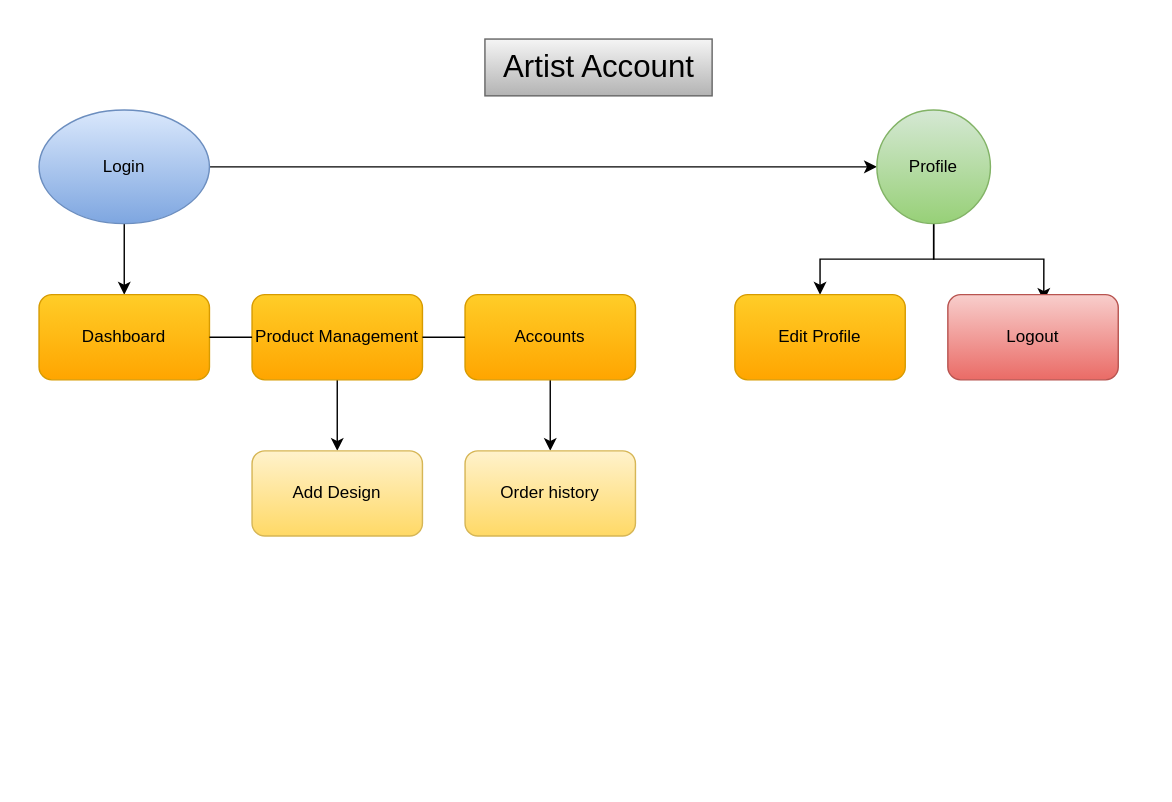
Before: artist Diagram.drawio in rhtonmoy1/V-Generation-Document, a draw.io diagram. Source tidied: cells renumbered, new cells numbered last; positions are measured from the earlier drawing's top-left corner, leaving out a move shared by most shapes. Both pictures are drawn from the tidied source at 142%, with x=0, y=0 at pixel (38, 38).
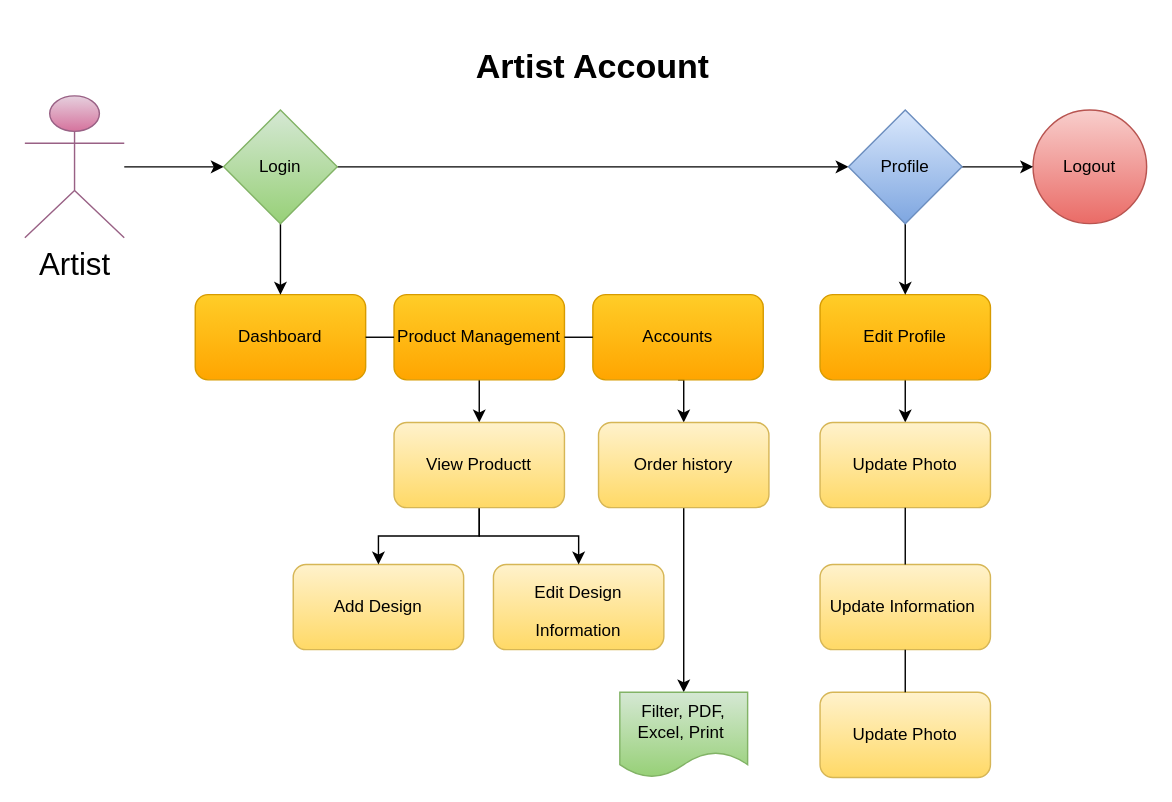
The same diagram, later.

Change to the diagram source:
```diff
@@
-    <mxCell id="2" style="edgeStyle=orthogonalEdgeStyle;rounded=0;jettySize=auto;html=1;exitX=0.5;exitY=1;exitDx=0;exitDy=0;" parent="1" edge="1" source="4" target="5">
-      <mxGeometry relative="1" as="geometry" />
-    </mxCell>
-    <mxCell id="3" style="edgeStyle=orthogonalEdgeStyle;rounded=0;jettySize=auto;html=1;exitX=1;exitY=0.5;exitDx=0;exitDy=0;" parent="1" edge="1" source="4" target="14">
-      <mxGeometry relative="1" as="geometry" />
-    </mxCell>
-    <mxCell id="4" value="Login" style="ellipse;whiteSpace=wrap;html=1;fillColor=#dae8fc;strokeColor=#6c8ebf;gradientColor=#7ea6e0;" parent="1" vertex="1">
-      <mxGeometry y="50" width="120" height="80" as="geometry" />
-    </mxCell>
     <mxCell id="5" value="Dashboard" style="rounded=1;whiteSpace=wrap;html=1;fillColor=#ffcd28;gradientColor=#ffa500;strokeColor=#d79b00;" parent="1" vertex="1">
-      <mxGeometry y="180" width="120" height="60" as="geometry" />
+      <mxGeometry x="110" y="180" width="120" height="60" as="geometry" />
     </mxCell>
-    <mxCell id="6" style="edgeStyle=orthogonalEdgeStyle;rounded=0;jettySize=auto;html=1;exitX=0.5;exitY=1;exitDx=0;exitDy=0;entryX=0.5;entryY=0;entryDx=0;entryDy=0;" parent="1" edge="1" source="7" target="10">
-      <mxGeometry relative="1" as="geometry" />
-    </mxCell>
+    <mxCell id="20" style="edgeStyle=orthogonalEdgeStyle;rounded=0;jettySize=auto;html=1;exitX=0.5;exitY=1;exitDx=0;exitDy=0;fontSize=12;" parent="1" edge="1" source="7" target="34">
+      <mxGeometry relative="1" as="geometry" />
+    </mxCell>
     <mxCell id="7" value="Product Management" style="rounded=1;whiteSpace=wrap;html=1;fillColor=#ffcd28;gradientColor=#ffa500;strokeColor=#d79b00;" parent="1" vertex="1">
-      <mxGeometry x="150" y="180" width="120" height="60" as="geometry" />
+      <mxGeometry x="250" y="180" width="120" height="60" as="geometry" />
     </mxCell>
@@
     <mxCell id="9" value="Accounts" style="rounded=1;whiteSpace=wrap;html=1;fillColor=#ffcd28;gradientColor=#ffa500;strokeColor=#d79b00;" parent="1" vertex="1">
-      <mxGeometry x="300" y="180" width="120" height="60" as="geometry" />
+      <mxGeometry x="390" y="180" width="120" height="60" as="geometry" />
     </mxCell>
     <mxCell id="10" value="Add Design" style="rounded=1;whiteSpace=wrap;html=1;fillColor=#fff2cc;gradientColor=#ffd966;strokeColor=#d6b656;" parent="1" vertex="1">
-      <mxGeometry x="150" y="290" width="120" height="60" as="geometry" />
+      <mxGeometry x="179" y="370" width="120" height="60" as="geometry" />
     </mxCell>
+    <mxCell id="21" style="edgeStyle=orthogonalEdgeStyle;rounded=0;jettySize=auto;html=1;fontSize=12;" parent="1" edge="1" source="11" target="26">
+      <mxGeometry relative="1" as="geometry" />
+    </mxCell>
     <mxCell id="11" value="Order history" style="rounded=1;whiteSpace=wrap;html=1;fillColor=#fff2cc;gradientColor=#ffd966;strokeColor=#d6b656;" parent="1" vertex="1">
-      <mxGeometry x="300" y="290" width="120" height="60" as="geometry" />
+      <mxGeometry x="394" y="270" width="120" height="60" as="geometry" />
     </mxCell>
+    <mxCell id="22" style="edgeStyle=orthogonalEdgeStyle;rounded=0;jettySize=auto;html=1;exitX=0.5;exitY=1;exitDx=0;exitDy=0;fontSize=12;" parent="1" edge="1" source="15" target="28">
+      <mxGeometry relative="1" as="geometry" />
+    </mxCell>
+    <mxCell id="15" value="Edit Profile" style="rounded=1;whiteSpace=wrap;html=1;fillColor=#ffcd28;gradientColor=#ffa500;strokeColor=#d79b00;" parent="1" vertex="1">
+      <mxGeometry x="550" y="180" width="120" height="60" as="geometry" />
+    </mxCell>
+    <mxCell id="17" style="endArrow=none;html=1;rounded=0;entryX=0;entryY=0.5;entryDx=0;entryDy=0;exitX=1;exitY=0.5;exitDx=0;exitDy=0;" parent="1" edge="1" source="5" target="7">
+      <mxGeometry relative="1" as="geometry" />
+    </mxCell>
+    <mxCell id="18" style="endArrow=none;html=1;rounded=0;entryX=0;entryY=0.5;entryDx=0;entryDy=0;exitX=1;exitY=0.5;exitDx=0;exitDy=0;" parent="1" edge="1" source="7" target="9">
+      <mxGeometry relative="1" as="geometry" />
+    </mxCell>
+    <mxCell id="23" style="edgeStyle=orthogonalEdgeStyle;rounded=0;jettySize=auto;html=1;entryX=0;entryY=0.5;entryDx=0;entryDy=0;fontSize=12;" parent="1" edge="1" source="24" target="4">
+      <mxGeometry relative="1" as="geometry" />
+    </mxCell>
+    <mxCell id="24" value="Artist" style="shape=umlActor;verticalLabelPosition=bottom;verticalAlign=top;html=1;outlineConnect=0;fontSize=22;fillColor=#e6d0de;gradientColor=#d5739d;strokeColor=#996185;" parent="1" vertex="1">
+      <mxGeometry x="-10" y="40" width="70" height="100" as="geometry" />
+    </mxCell>
+    <mxCell id="25" value="&lt;font style=&quot;font-size: 12px;&quot;&gt;Edit Design Information&lt;/font&gt;" style="rounded=1;whiteSpace=wrap;html=1;fontSize=22;fillColor=#fff2cc;gradientColor=#ffd966;strokeColor=#d6b656;" parent="1" vertex="1">
+      <mxGeometry x="320" y="370" width="120" height="60" as="geometry" />
+    </mxCell>
+    <mxCell id="19" value="&lt;h1&gt;Artist Account&lt;/h1&gt;&lt;p&gt;&lt;br&gt;&lt;/p&gt;" style="text;html=1;strokeColor=none;fillColor=none;spacing=5;spacingTop=-20;whiteSpace=wrap;overflow=hidden;rounded=0;fontSize=12;" parent="1" vertex="1">
+      <mxGeometry x="303" width="181" height="50" as="geometry" />
+    </mxCell>
+    <mxCell id="26" value="Filter, PDF, Excel, Print&amp;nbsp;" style="shape=document;whiteSpace=wrap;html=1;boundedLbl=1;fillColor=#d5e8d4;strokeColor=#82b366;rounded=1;gradientColor=#97d077;" parent="1" vertex="1">
+      <mxGeometry x="409" y="460" width="90" height="60" as="geometry" />
+    </mxCell>
+    <mxCell id="27" value="Update Information&lt;span style=&quot;white-space: pre;&quot;&gt; &lt;/span&gt;" style="rounded=1;whiteSpace=wrap;html=1;fontSize=12;fillColor=#fff2cc;gradientColor=#ffd966;strokeColor=#d6b656;" parent="1" vertex="1">
+      <mxGeometry x="550" y="370" width="120" height="60" as="geometry" />
+    </mxCell>
+    <mxCell id="28" value="Update Photo" style="rounded=1;whiteSpace=wrap;html=1;fontSize=12;fillColor=#fff2cc;gradientColor=#ffd966;strokeColor=#d6b656;" parent="1" vertex="1">
+      <mxGeometry x="550" y="270" width="120" height="60" as="geometry" />
+    </mxCell>
+    <mxCell id="29" value="Update Photo" style="rounded=1;whiteSpace=wrap;html=1;fontSize=12;fillColor=#fff2cc;gradientColor=#ffd966;strokeColor=#d6b656;" parent="1" vertex="1">
+      <mxGeometry x="550" y="460" width="120" height="60" as="geometry" />
+    </mxCell>
+    <mxCell id="30" style="endArrow=none;html=1;rounded=0;fontSize=12;entryX=0.5;entryY=1;entryDx=0;entryDy=0;exitX=0.5;exitY=0;exitDx=0;exitDy=0;" parent="1" edge="1" source="27" target="28">
+      <mxGeometry relative="1" as="geometry" />
+    </mxCell>
+    <mxCell id="31" style="endArrow=none;html=1;rounded=0;fontSize=12;entryX=0.5;entryY=1;entryDx=0;entryDy=0;exitX=0.5;exitY=0;exitDx=0;exitDy=0;" parent="1" edge="1" source="29" target="27">
+      <mxGeometry relative="1" as="geometry" />
+    </mxCell>
+    <mxCell id="32" style="edgeStyle=orthogonalEdgeStyle;rounded=0;jettySize=auto;html=1;exitX=0.5;exitY=1;exitDx=0;exitDy=0;entryX=0.5;entryY=0;entryDx=0;entryDy=0;fontSize=12;" parent="1" edge="1" source="34" target="10">
+      <mxGeometry relative="1" as="geometry" />
+    </mxCell>
+    <mxCell id="33" style="edgeStyle=orthogonalEdgeStyle;rounded=0;jettySize=auto;html=1;exitX=0.5;exitY=1;exitDx=0;exitDy=0;entryX=0.5;entryY=0;entryDx=0;entryDy=0;fontSize=12;" parent="1" edge="1" source="34" target="25">
+      <mxGeometry relative="1" as="geometry" />
+    </mxCell>
+    <mxCell id="34" value="View Productt" style="rounded=1;whiteSpace=wrap;html=1;fontSize=12;fillColor=#fff2cc;strokeColor=#d6b656;gradientColor=#ffd966;" parent="1" vertex="1">
+      <mxGeometry x="250" y="270" width="120" height="60" as="geometry" />
+    </mxCell>
+    <mxCell id="3" style="edgeStyle=orthogonalEdgeStyle;rounded=0;jettySize=auto;html=1;exitX=1;exitY=0.5;exitDx=0;exitDy=0;entryX=0;entryY=0.5;entryDx=0;entryDy=0;fontSize=12;" parent="1" edge="1" source="4" target="14">
+      <mxGeometry relative="1" as="geometry" />
+    </mxCell>
+    <mxCell id="2" style="edgeStyle=orthogonalEdgeStyle;rounded=0;jettySize=auto;html=1;exitX=0.5;exitY=1;exitDx=0;exitDy=0;entryX=0.5;entryY=0;entryDx=0;entryDy=0;fontSize=12;" parent="1" edge="1" source="4" target="5">
+      <mxGeometry relative="1" as="geometry" />
+    </mxCell>
+    <mxCell id="4" value="Login" style="rhombus;whiteSpace=wrap;html=1;fontSize=12;fillColor=#d5e8d4;gradientColor=#97d077;strokeColor=#82b366;" parent="1" vertex="1">
+      <mxGeometry x="130" y="50" width="80" height="80" as="geometry" />
+    </mxCell>
+    <mxCell id="16" value="Logout" style="ellipse;whiteSpace=wrap;html=1;fontSize=12;fillColor=#f8cecc;gradientColor=#ea6b66;strokeColor=#b85450;" parent="1" vertex="1">
+      <mxGeometry x="700" y="50" width="80" height="80" as="geometry" />
+    </mxCell>
-    <mxCell id="12" style="edgeStyle=orthogonalEdgeStyle;rounded=0;jettySize=auto;html=1;exitX=0.5;exitY=1;exitDx=0;exitDy=0;entryX=0.5;entryY=0;entryDx=0;entryDy=0;" parent="1" edge="1" source="14" target="15">
+    <mxCell id="12" style="edgeStyle=orthogonalEdgeStyle;rounded=0;jettySize=auto;html=1;exitX=0.5;exitY=1;exitDx=0;exitDy=0;fontSize=12;" parent="1" edge="1" source="14" target="15">
       <mxGeometry relative="1" as="geometry" />
     </mxCell>
-    <mxCell id="13" style="edgeStyle=orthogonalEdgeStyle;rounded=0;jettySize=auto;html=1;exitX=0.5;exitY=1;exitDx=0;exitDy=0;entryX=0.563;entryY=0.073;entryDx=0;entryDy=0;entryPerimeter=0;" parent="1" edge="1" source="14" target="16">
+    <mxCell id="13" style="edgeStyle=orthogonalEdgeStyle;rounded=0;jettySize=auto;html=1;exitX=1;exitY=0.5;exitDx=0;exitDy=0;entryX=0;entryY=0.5;entryDx=0;entryDy=0;fontSize=12;" parent="1" edge="1" source="14" target="16">
       <mxGeometry relative="1" as="geometry" />
     </mxCell>
-    <mxCell id="14" value="Profile" style="ellipse;whiteSpace=wrap;html=1;fillColor=#d5e8d4;gradientColor=#97d077;strokeColor=#82b366;" parent="1" vertex="1">
-      <mxGeometry x="590" y="50" width="80" height="80" as="geometry" />
+    <mxCell id="14" value="Profile" style="rhombus;whiteSpace=wrap;html=1;fontSize=12;fillColor=#dae8fc;gradientColor=#7ea6e0;strokeColor=#6c8ebf;" parent="1" vertex="1">
+      <mxGeometry x="570" y="50" width="80" height="80" as="geometry" />
     </mxCell>
-    <mxCell id="15" value="Edit Profile" style="rounded=1;whiteSpace=wrap;html=1;fillColor=#ffcd28;gradientColor=#ffa500;strokeColor=#d79b00;" parent="1" vertex="1">
-      <mxGeometry x="490" y="180" width="120" height="60" as="geometry" />
-    </mxCell>
-    <mxCell id="16" value="Logout" style="rounded=1;whiteSpace=wrap;html=1;fillColor=#f8cecc;gradientColor=#ea6b66;strokeColor=#b85450;" parent="1" vertex="1">
-      <mxGeometry x="640" y="180" width="120" height="60" as="geometry" />
-    </mxCell>
-    <mxCell id="17" style="endArrow=none;html=1;rounded=0;entryX=0;entryY=0.5;entryDx=0;entryDy=0;exitX=1;exitY=0.5;exitDx=0;exitDy=0;" parent="1" edge="1" source="5" target="7">
-      <mxGeometry relative="1" as="geometry" />
-    </mxCell>
-    <mxCell id="18" style="endArrow=none;html=1;rounded=0;entryX=0;entryY=0.5;entryDx=0;entryDy=0;exitX=1;exitY=0.5;exitDx=0;exitDy=0;" parent="1" edge="1" source="7" target="9">
-      <mxGeometry relative="1" as="geometry" />
-    </mxCell>
-    <mxCell id="19" value="Artist Account" style="text;html=1;align=center;verticalAlign=middle;fontSize=22;fillColor=#f5f5f5;gradientColor=#b3b3b3;strokeColor=#666666;" parent="1" vertex="1">
-      <mxGeometry x="314" width="160" height="40" as="geometry" />
-    </mxCell>
```
